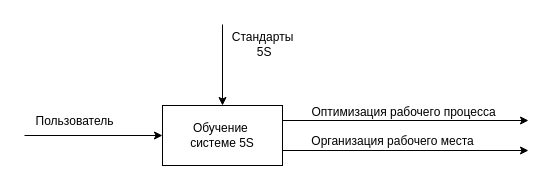
The draw.io diagram page "A0" (2 of 5) of курсач.drawio in Vlad-Efremovv/kursach, before the edit. Source tidied: cells renumbered, new cells numbered last; positions are measured from the earlier drawing's top-left corner, leaving out a move shared by most shapes. Both pictures are drawn from the tidied source at 100%, with x=0, y=0 at pixel (24, 23).
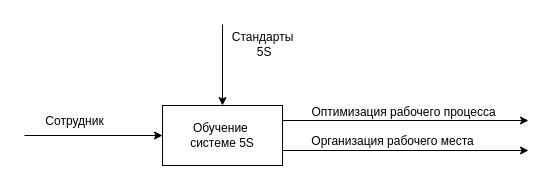
Above is the later version.

What changed in the source:
```diff
@@
 <mxGraphModel>
   <root>
     <mxCell id="0" />
     <mxCell id="1" parent="0" />
     <mxCell id="2" value="Обучение&amp;nbsp;&lt;div&gt;системе 5S&lt;/div&gt;" style="rounded=0;whiteSpace=wrap;html=1;" parent="1" vertex="1">
       <mxGeometry x="138" y="82" width="120" height="60" as="geometry" />
     </mxCell>
     <mxCell id="3" style="endArrow=classic;html=1;rounded=0;entryX=0;entryY=0.5;entryDx=0;entryDy=0;" parent="1" edge="1" target="2">
       <mxGeometry relative="1" as="geometry">
         <mxPoint y="112" as="sourcePoint" />
       </mxGeometry>
     </mxCell>
-    <mxCell id="4" value="Пользователь" style="text;html=1;align=center;verticalAlign=middle;strokeColor=none;fillColor=none;" parent="1" vertex="1">
-      <mxGeometry x="2" y="85" width="96" height="26" as="geometry" />
+    <mxCell id="4" value="Сотрудник" style="text;html=1;align=center;verticalAlign=middle;strokeColor=none;fillColor=none;" parent="1" vertex="1">
+      <mxGeometry x="10" y="83" width="80" height="30" as="geometry" />
     </mxCell>
     <mxCell id="5" value="Стандарты&lt;div&gt;&amp;nbsp;5S&lt;/div&gt;" style="text;html=1;align=center;verticalAlign=middle;strokeColor=none;fillColor=none;" parent="1" vertex="1">
       <mxGeometry x="198" width="80" height="41" as="geometry" />
     </mxCell>
     <mxCell id="6" style="endArrow=classic;html=1;rounded=0;entryX=0.5;entryY=0;entryDx=0;entryDy=0;" parent="1" edge="1" target="2">
       <mxGeometry relative="1" as="geometry">
         <mxPoint x="198" y="1" as="sourcePoint" />
       </mxGeometry>
     </mxCell>
     <mxCell id="7" style="endArrow=classic;html=1;rounded=0;exitX=1;exitY=0.25;exitDx=0;exitDy=0;" parent="1" edge="1" source="2">
       <mxGeometry relative="1" as="geometry">
         <mxPoint x="504" y="97" as="targetPoint" />
       </mxGeometry>
     </mxCell>
     <mxCell id="8" value="Оптимизация рабочего процесса" style="text;html=1;align=center;verticalAlign=middle;strokeColor=none;fillColor=none;" parent="1" vertex="1">
       <mxGeometry x="278" y="76" width="202" height="26" as="geometry" />
     </mxCell>
     <mxCell id="9" style="endArrow=classic;html=1;rounded=0;exitX=1;exitY=0.75;exitDx=0;exitDy=0;" parent="1" edge="1" source="2">
       <mxGeometry relative="1" as="geometry">
         <mxPoint x="504" y="127" as="targetPoint" />
       </mxGeometry>
     </mxCell>
     <mxCell id="10" value="Организация рабочего места" style="text;html=1;align=center;verticalAlign=middle;strokeColor=none;fillColor=none;" parent="1" vertex="1">
       <mxGeometry x="278" y="105" width="180" height="26" as="geometry" />
     </mxCell>
   </root>
 </mxGraphModel>
```
